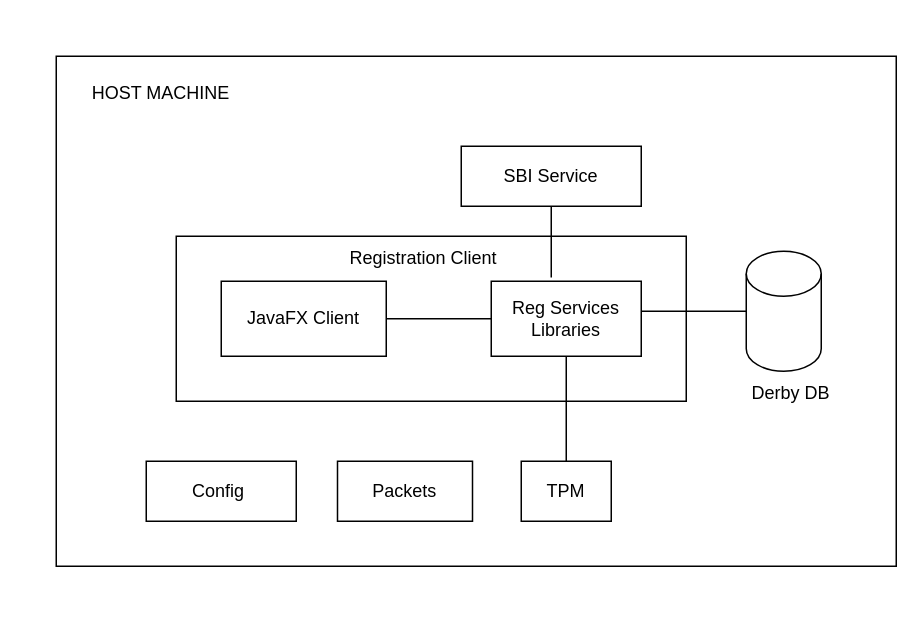
This is docs/_images/reg-client-host-machine.drawio from mosip/documentation, a draw.io file, before an edit. Source tidied: cells renumbered, new cells numbered last; positions are measured from the earlier drawing's top-left corner, leaving out a move shared by most shapes. Both pictures are drawn from the tidied source at 150%, with x=0, y=0 at pixel (40, 56).
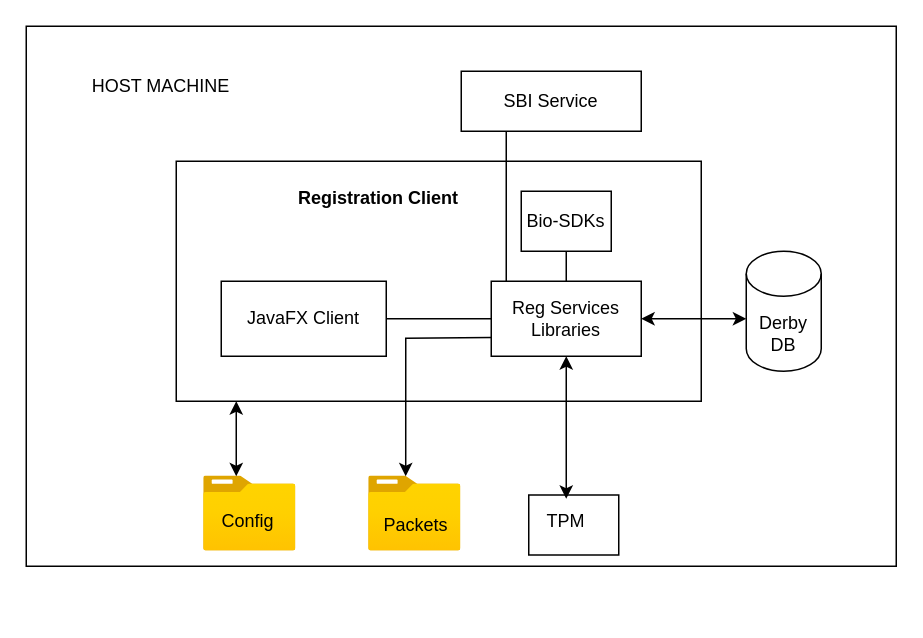
The same page after the edit.

Unchanged cells that the change refers to:
```xml
<mxCell id="7" value="Reg Services&lt;br&gt;Libraries" style="text;html=1;strokeColor=none;fillColor=none;align=center;verticalAlign=middle;whiteSpace=wrap;rounded=0;" parent="1" vertex="1">
  <mxGeometry x="300" y="150" width="100" height="50" as="geometry" />
</mxCell>
```

Diff of the diagram source:
```diff
@@
     <mxCell id="2" style="rounded=0;whiteSpace=wrap;html=1;" parent="1" vertex="1">
-      <mxGeometry x="10" width="560" height="340" as="geometry" />
+      <mxGeometry x="-10" y="-20" width="580" height="360" as="geometry" />
     </mxCell>
     <mxCell id="3" style="rounded=0;whiteSpace=wrap;html=1;" parent="1" vertex="1">
-      <mxGeometry x="90" y="120" width="340" height="110" as="geometry" />
+      <mxGeometry x="90" y="70" width="350" height="160" as="geometry" />
     </mxCell>
@@
-    <mxCell id="9" value="Registration Client" style="text;html=1;strokeColor=none;fillColor=none;align=center;verticalAlign=middle;whiteSpace=wrap;rounded=0;" parent="1" vertex="1">
-      <mxGeometry x="170" y="110" width="170" height="50" as="geometry" />
+    <mxCell id="9" value="&lt;b&gt;Registration Client&lt;/b&gt;" style="text;html=1;strokeColor=none;fillColor=none;align=center;verticalAlign=middle;whiteSpace=wrap;rounded=0;" parent="1" vertex="1">
+      <mxGeometry x="120" y="60" width="210" height="70" as="geometry" />
     </mxCell>
-    <mxCell id="10" style="endArrow=none;html=1;rounded=0;" parent="1" edge="1">
-      <mxGeometry relative="1" as="geometry">
-        <mxPoint x="400" y="170" as="sourcePoint" />
-        <mxPoint x="480" y="170" as="targetPoint" />
-      </mxGeometry>
-    </mxCell>
@@
     <mxCell id="12" value="Derby DB" style="text;html=1;strokeColor=none;fillColor=none;align=center;verticalAlign=middle;whiteSpace=wrap;rounded=0;" parent="1" vertex="1">
-      <mxGeometry x="470" y="210" width="60" height="30" as="geometry" />
+      <mxGeometry x="470" y="170" width="50" height="30" as="geometry" />
     </mxCell>
-    <mxCell id="13" style="endArrow=none;html=1;rounded=0;exitX=1;exitY=0.75;exitDx=0;exitDy=0;" parent="1" edge="1" source="9">
-      <mxGeometry relative="1" as="geometry">
-        <mxPoint x="340" y="100" as="targetPoint" />
-      </mxGeometry>
-    </mxCell>
     <mxCell id="14" value="HOST MACHINE" style="text;html=1;strokeColor=none;fillColor=none;align=center;verticalAlign=middle;whiteSpace=wrap;rounded=0;" parent="1" vertex="1">
-      <mxGeometry y="10" width="160" height="30" as="geometry" />
+      <mxGeometry width="160" height="40" as="geometry" />
     </mxCell>
     <mxCell id="15" value="SBI Service" style="rounded=0;whiteSpace=wrap;html=1;" parent="1" vertex="1">
-      <mxGeometry x="280" y="60" width="120" height="40" as="geometry" />
+      <mxGeometry x="280" y="10" width="120" height="40" as="geometry" />
     </mxCell>
-    <mxCell id="16" style="endArrow=none;html=1;rounded=0;entryX=0.5;entryY=1;entryDx=0;entryDy=0;" parent="1" edge="1" target="7">
-      <mxGeometry relative="1" as="geometry">
-        <mxPoint x="350" y="260" as="sourcePoint" />
-        <Array as="points">
-          <mxPoint x="350" y="270" />
-        </Array>
-      </mxGeometry>
-    </mxCell>
     <mxCell id="17" style="rounded=0;whiteSpace=wrap;html=1;" parent="1" vertex="1">
-      <mxGeometry x="320" y="270" width="60" height="40" as="geometry" />
+      <mxGeometry x="325" y="292.5" width="60" height="40" as="geometry" />
     </mxCell>
     <mxCell id="18" value="TPM" style="text;html=1;strokeColor=none;fillColor=none;align=center;verticalAlign=middle;whiteSpace=wrap;rounded=0;" parent="1" vertex="1">
-      <mxGeometry x="320" y="275" width="60" height="30" as="geometry" />
+      <mxGeometry x="320" y="295" width="60" height="30" as="geometry" />
     </mxCell>
-    <mxCell id="19" style="rounded=0;whiteSpace=wrap;html=1;" parent="1" vertex="1">
-      <mxGeometry x="197.5" y="270" width="90" height="40" as="geometry" />
-    </mxCell>
+    <mxCell id="23" style="endArrow=classic;startArrow=classic;html=1;rounded=0;entryX=0.5;entryY=1;entryDx=0;entryDy=0;exitX=0.5;exitY=0;exitDx=0;exitDy=0;" parent="1" edge="1" source="18" target="7">
+      <mxGeometry relative="1" as="geometry" />
+    </mxCell>
+    <mxCell id="24" style="html=1;align=center;image;fontSize=12;image=img/lib/azure2/general/Folder_Blank.svg;" parent="1" vertex="1">
+      <mxGeometry x="108.4" y="280" width="61.6" height="50" as="geometry" />
+    </mxCell>
+    <mxCell id="25" style="html=1;points=[];align=center;image;fontSize=12;image=img/lib/azure2/general/Folder_Blank.svg;" parent="1" vertex="1">
+      <mxGeometry x="218.4" y="280" width="61.6" height="50" as="geometry" />
+    </mxCell>
+    <mxCell id="22" value="Config" style="text;html=1;strokeColor=none;fillColor=none;align=center;verticalAlign=middle;whiteSpace=wrap;rounded=0;" parent="1" vertex="1">
+      <mxGeometry x="108.4" y="250" width="60" height="120" as="geometry" />
+    </mxCell>
     <mxCell id="20" value="Packets" style="text;html=1;strokeColor=none;fillColor=none;align=center;verticalAlign=middle;whiteSpace=wrap;rounded=0;" parent="1" vertex="1">
-      <mxGeometry x="215" y="265" width="55" height="50" as="geometry" />
+      <mxGeometry x="220" y="300" width="60" height="25" as="geometry" />
     </mxCell>
-    <mxCell id="21" style="rounded=0;whiteSpace=wrap;html=1;" parent="1" vertex="1">
-      <mxGeometry x="70" y="270" width="100" height="40" as="geometry" />
-    </mxCell>
-    <mxCell id="22" value="Config&amp;nbsp;" style="text;html=1;strokeColor=none;fillColor=none;align=center;verticalAlign=middle;whiteSpace=wrap;rounded=0;" parent="1" vertex="1">
-      <mxGeometry x="90" y="275" width="60" height="30" as="geometry" />
-    </mxCell>
+    <mxCell id="26" value="Bio-SDKs" style="rounded=0;whiteSpace=wrap;html=1;" parent="1" vertex="1">
+      <mxGeometry x="320" y="90" width="60" height="40" as="geometry" />
+    </mxCell>
+    <mxCell id="27" style="endArrow=classic;startArrow=classic;html=1;rounded=0;exitX=1;exitY=0.5;exitDx=0;exitDy=0;" parent="1" edge="1" source="7">
+      <mxGeometry relative="1" as="geometry">
+        <mxPoint x="470" y="175" as="targetPoint" />
+      </mxGeometry>
+    </mxCell>
+    <mxCell id="28" style="endArrow=classic;startArrow=classic;html=1;rounded=0;" parent="1" edge="1">
+      <mxGeometry relative="1" as="geometry">
+        <mxPoint x="130" y="280" as="sourcePoint" />
+        <mxPoint x="130" y="230" as="targetPoint" />
+      </mxGeometry>
+    </mxCell>
+    <mxCell id="29" style="endArrow=classic;html=1;rounded=0;exitX=0;exitY=0.75;exitDx=0;exitDy=0;entryX=0.399;entryY=0;entryDx=0;entryDy=0;entryPerimeter=0;" parent="1" edge="1" source="7" target="25">
+      <mxGeometry relative="1" as="geometry">
+        <Array as="points">
+          <mxPoint x="243" y="188" />
+        </Array>
+      </mxGeometry>
+    </mxCell>
+    <mxCell id="30" style="endArrow=none;html=1;rounded=0;" parent="1" edge="1">
+      <mxGeometry relative="1" as="geometry">
+        <mxPoint x="310" y="150" as="sourcePoint" />
+        <mxPoint x="310" y="50" as="targetPoint" />
+      </mxGeometry>
+    </mxCell>
+    <mxCell id="31" style="endArrow=none;html=1;rounded=0;exitX=0.5;exitY=0;exitDx=0;exitDy=0;" parent="1" edge="1" source="7">
+      <mxGeometry relative="1" as="geometry">
+        <mxPoint x="350" y="130" as="targetPoint" />
+      </mxGeometry>
+    </mxCell>
```
